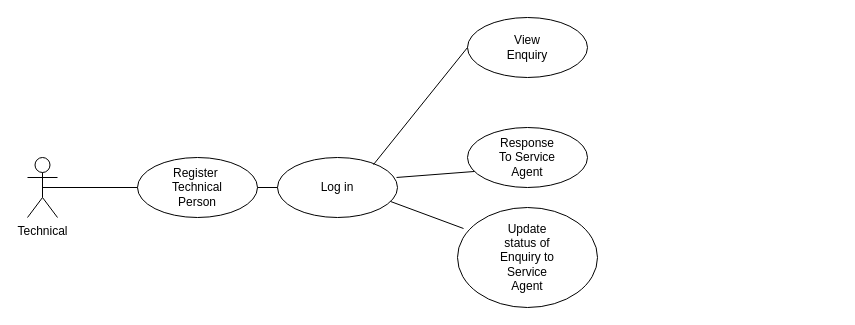
The draw.io diagram Technical_person.drawio in PG-Dac-Project/PG-DAC-Project, before the edit. Source tidied: cells renumbered, new cells numbered last; positions are measured from the earlier drawing's top-left corner, leaving out a move shared by most shapes. Both pictures are drawn from the tidied source at 100%, with x=0, y=0 at pixel (27, 17).
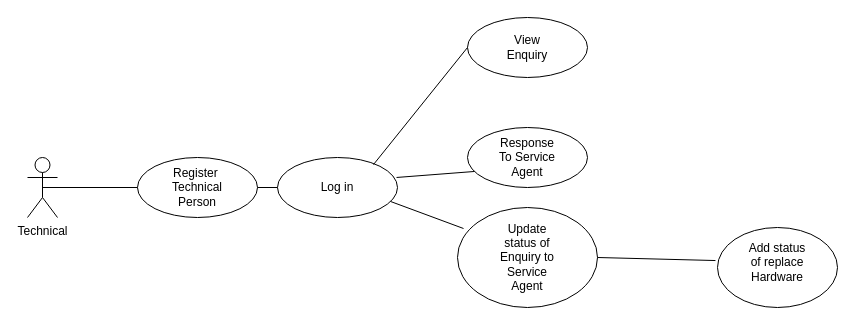
The same diagram, later.

The change refers to these unchanged cells:
```xml
<mxCell id="11" style="ellipse;whiteSpace=wrap;html=1;" parent="1" vertex="1">
  <mxGeometry x="430" y="190" width="140" height="100" as="geometry" />
</mxCell>
```

Change to the diagram source:
```diff
@@
+    <mxCell id="18" style="ellipse;whiteSpace=wrap;html=1;" parent="1" vertex="1">
+      <mxGeometry x="690" y="210" width="120" height="80" as="geometry" />
+    </mxCell>
+    <mxCell id="19" value="Add status of replace Hardware" style="text;html=1;strokeColor=none;fillColor=none;align=center;verticalAlign=middle;whiteSpace=wrap;rounded=0;" parent="1" vertex="1">
+      <mxGeometry x="720" y="230" width="60" height="30" as="geometry" />
+    </mxCell>
+    <mxCell id="20" style="endArrow=none;html=1;rounded=0;entryX=-0.017;entryY=0.413;entryDx=0;entryDy=0;entryPerimeter=0;exitX=1;exitY=0.5;exitDx=0;exitDy=0;" parent="1" edge="1" source="11" target="18">
+      <mxGeometry relative="1" as="geometry" />
+    </mxCell>
```
